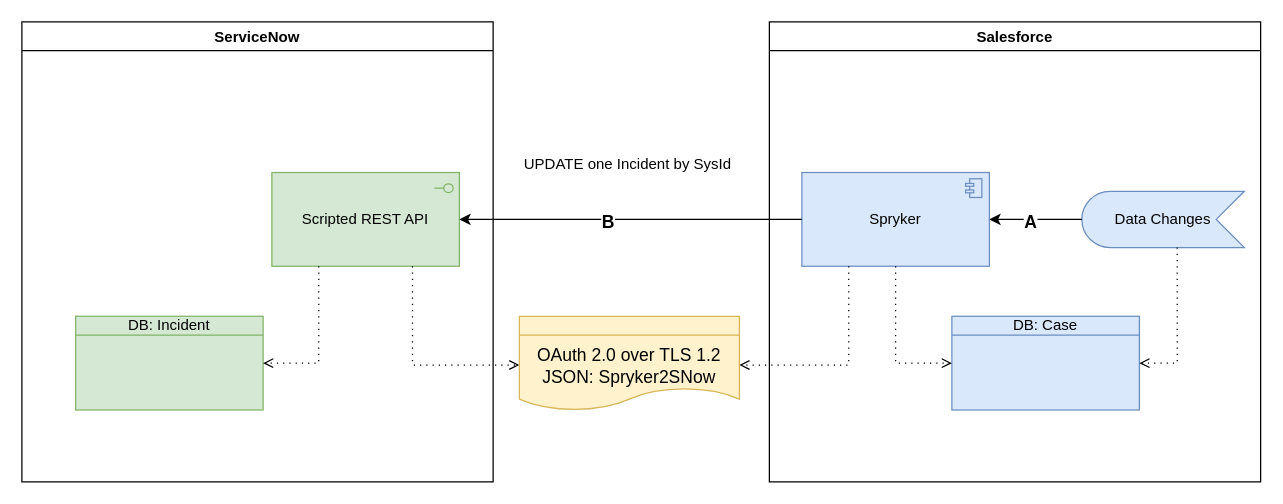
algimas/tmp keeps this draw.io diagram as page "Spryker2Snow" (2 of 3) of SNowSpryker.drawio. Above is the earlier version. Source tidied: cells renumbered, new cells numbered last; positions are measured from the earlier drawing's top-left corner, leaving out a move shared by most shapes. Both pictures are drawn from the tidied source at 125%, with x=0, y=0 at pixel (21, 21).
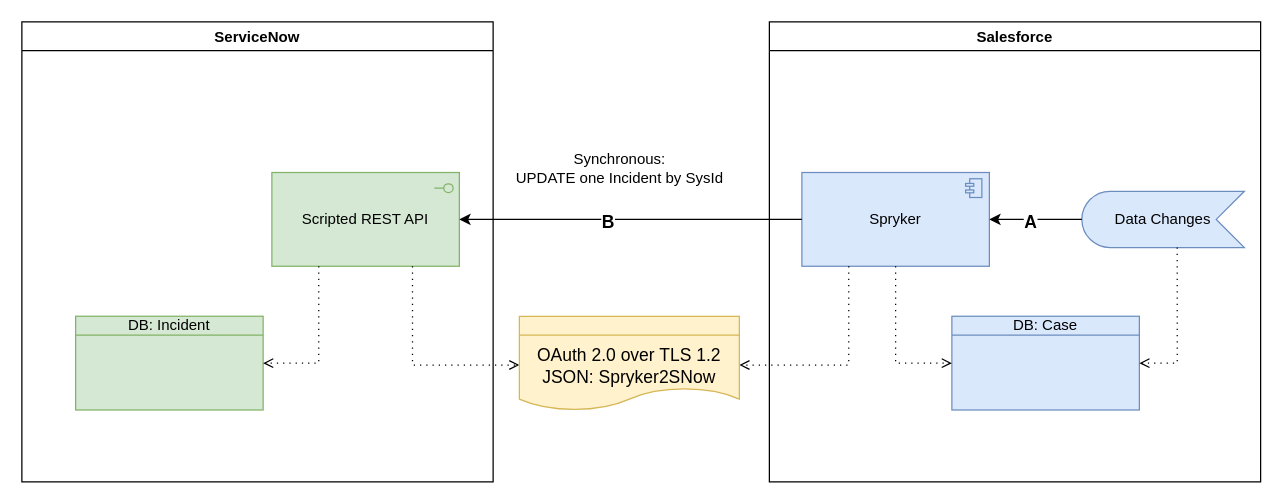
After the change.

What changed in the source:
```diff
@@
-    <mxCell id="19" value="UPDATE one Incident by SysId" style="text;html=1;align=left;verticalAlign=middle;strokeColor=none;fillColor=none;" parent="1" vertex="1">
-      <mxGeometry x="400" y="105" width="176" height="18" as="geometry" />
+    <mxCell id="19" value="&lt;div&gt;Synchronous: &lt;br&gt;&lt;/div&gt;&lt;div&gt;UPDATE one Incident by SysId&lt;/div&gt;" style="text;html=1;align=center;verticalAlign=middle;strokeColor=none;fillColor=none;" parent="1" vertex="1">
+      <mxGeometry x="390" y="101" width="176" height="32" as="geometry" />
     </mxCell>
```
